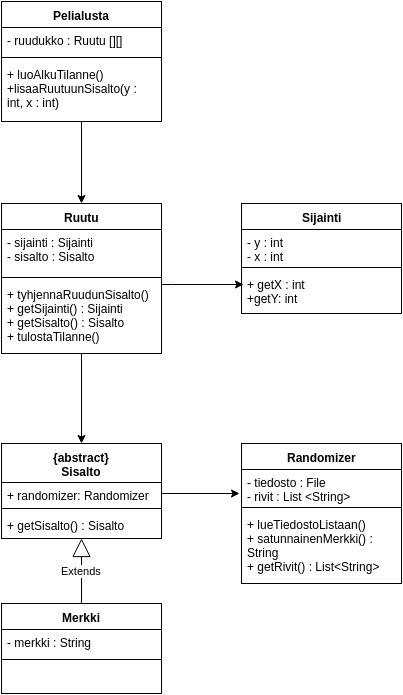
This is dokumentaatio/Luokkakaavio.png from BikkuMyy/Sanaruutu, a draw.io export, as it was before one commit. Source tidied: cells renumbered, new cells last; positions are measured from the earlier drawing's top-left corner, leaving out a move shared by most shapes.
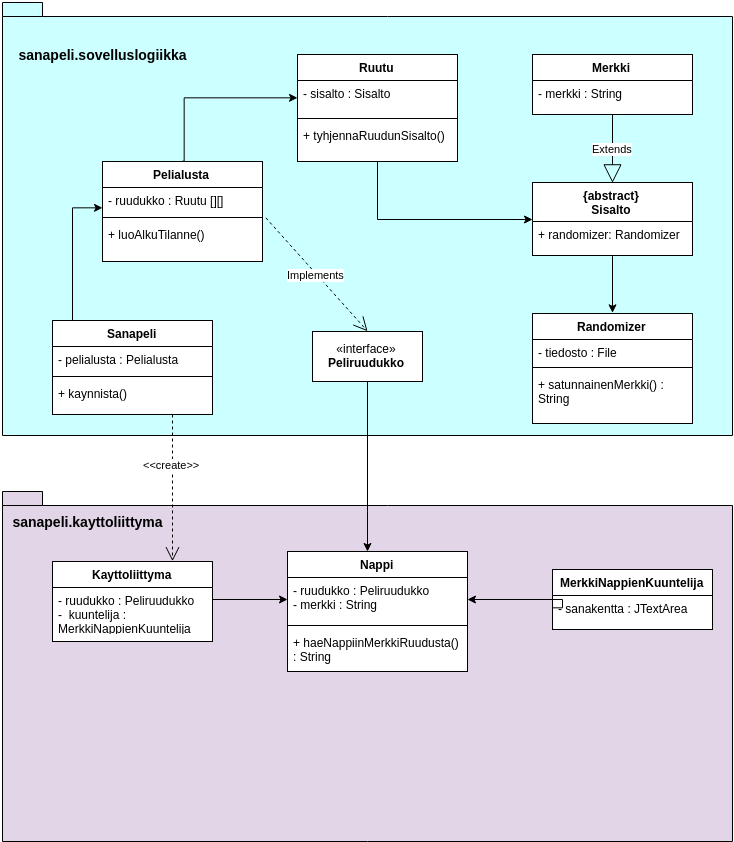
After the commit.

Diff of the diagram source:
```diff
@@ -2,11 +2,14 @@
   <root>
     <mxCell id="0" />
     <mxCell id="1" parent="0" />
-    <mxCell id="2" style="edgeStyle=orthogonalEdgeStyle;rounded=0;html=1;jettySize=auto;" parent="1" edge="1" source="3" target="8">
-      <mxGeometry relative="1" as="geometry" />
-    </mxCell>
+    <mxCell id="30" style="shape=folder;fontStyle=1;spacingTop=10;tabWidth=40;tabHeight=14;tabPosition=left;html=1;fillColor=#E1D5E7;" parent="1" vertex="1">
+      <mxGeometry x="-290" y="522" width="730" height="350" as="geometry" />
+    </mxCell>
+    <mxCell id="31" style="shape=folder;fontStyle=1;spacingTop=10;tabWidth=40;tabHeight=14;tabPosition=left;html=1;fillColor=#CCFFFF;" parent="1" vertex="1">
+      <mxGeometry x="-290" y="33" width="730" height="433" as="geometry" />
+    </mxCell>
     <mxCell id="3" value="Pelialusta" style="swimlane;html=1;fontStyle=1;align=center;verticalAlign=top;horizontal=1;startSize=26;swimlaneFillColor=#ffffff;" parent="1" vertex="1">
-      <mxGeometry width="160" height="120" as="geometry" />
+      <mxGeometry x="-190" y="192" width="160" height="100" as="geometry" />
     </mxCell>
     <mxCell id="4" value="- ruudukko : Ruutu [][]" style="text;html=1;strokeColor=none;fillColor=none;align=left;verticalAlign=top;spacingLeft=4;spacingRight=4;whiteSpace=wrap;overflow=hidden;" parent="3" vertex="1">
       <mxGeometry y="26" width="160" height="26" as="geometry" />
@@ -14,82 +17,167 @@
     <mxCell id="5" style="line;html=1;strokeWidth=1;fillColor=none;align=left;verticalAlign=middle;spacingTop=-1;spacingLeft=3;spacingRight=3;labelPosition=right;" parent="3" vertex="1">
       <mxGeometry y="52" width="160" height="8" as="geometry" />
     </mxCell>
-    <mxCell id="6" value="+ luoAlkuTilanne()&lt;div&gt;+lisaaRuutuunSisalto(y : int, x : int)&amp;nbsp;&lt;/div&gt;" style="text;html=1;strokeColor=none;fillColor=none;align=left;verticalAlign=top;spacingLeft=4;spacingRight=4;whiteSpace=wrap;overflow=hidden;points=[[0,0.5],[1,0.5]];portConstraint=eastwest;" parent="3" vertex="1">
-      <mxGeometry y="60" width="160" height="60" as="geometry" />
+    <mxCell id="6" value="+ luoAlkuTilanne()&lt;span style=&quot;line-height: 1.2&quot;&gt;&amp;nbsp;&lt;/span&gt;" style="text;html=1;strokeColor=none;fillColor=none;align=left;verticalAlign=top;spacingLeft=4;spacingRight=4;whiteSpace=wrap;overflow=hidden;points=[[0,0.5],[1,0.5]];portConstraint=eastwest;" parent="3" vertex="1">
+      <mxGeometry y="60" width="160" height="30" as="geometry" />
     </mxCell>
-    <mxCell id="7" style="edgeStyle=orthogonalEdgeStyle;rounded=0;html=1;entryX=0.5;entryY=0;jettySize=auto;" parent="1" edge="1" source="8" target="17">
-      <mxGeometry relative="1" as="geometry" />
-    </mxCell>
+    <mxCell id="32" style="edgeStyle=orthogonalEdgeStyle;rounded=0;html=1;entryX=-0.005;entryY=-0.098;jettySize=auto;entryPerimeter=0;" parent="1" edge="1" source="8" target="18">
+      <mxGeometry relative="1" as="geometry">
+        <Array as="points">
+          <mxPoint x="85" y="250" />
+        </Array>
+      </mxGeometry>
+    </mxCell>
     <mxCell id="8" value="Ruutu" style="swimlane;html=1;fontStyle=1;align=center;verticalAlign=top;horizontal=1;startSize=26;swimlaneFillColor=#ffffff;" parent="1" vertex="1">
-      <mxGeometry y="202" width="160" height="150" as="geometry" />
+      <mxGeometry x="5" y="85" width="160" height="107" as="geometry" />
     </mxCell>
-    <mxCell id="9" value="- sijainti : Sijainti&lt;div&gt;- sisalto : Sisalto&lt;/div&gt;" style="text;html=1;strokeColor=none;fillColor=none;align=left;verticalAlign=top;spacingLeft=4;spacingRight=4;whiteSpace=wrap;overflow=hidden;points=[[0,0.5],[1,0.5]];portConstraint=eastwest;" parent="8" vertex="1">
-      <mxGeometry y="26" width="160" height="44" as="geometry" />
+    <mxCell id="9" value="&lt;div&gt;- sisalto : Sisalto&lt;/div&gt;" style="text;html=1;strokeColor=none;fillColor=none;align=left;verticalAlign=top;spacingLeft=4;spacingRight=4;whiteSpace=wrap;overflow=hidden;points=[[0,0.5],[1,0.5]];portConstraint=eastwest;" parent="8" vertex="1">
+      <mxGeometry y="26" width="160" height="34" as="geometry" />
     </mxCell>
     <mxCell id="10" style="line;html=1;strokeWidth=1;fillColor=none;align=left;verticalAlign=middle;spacingTop=-1;spacingLeft=3;spacingRight=3;labelPosition=right;" parent="8" vertex="1">
-      <mxGeometry y="70" width="160" height="8" as="geometry" />
+      <mxGeometry y="60" width="160" height="8" as="geometry" />
     </mxCell>
-    <mxCell id="11" value="+ tyhjennaRuudunSisalto()&lt;div&gt;+ getSijainti() : Sijainti&lt;/div&gt;&lt;div&gt;+ getSisalto() : Sisalto&lt;/div&gt;&lt;div&gt;+ tulostaTilanne()&lt;/div&gt;" style="text;html=1;strokeColor=none;fillColor=none;align=left;verticalAlign=top;spacingLeft=4;spacingRight=4;whiteSpace=wrap;overflow=hidden;points=[[0,0.5],[1,0.5]];portConstraint=eastwest;" parent="8" vertex="1">
-      <mxGeometry y="78" width="160" height="72" as="geometry" />
+    <mxCell id="11" value="+ tyhjennaRuudunSisalto()&lt;div&gt;&lt;br&gt;&lt;/div&gt;" style="text;html=1;strokeColor=none;fillColor=none;align=left;verticalAlign=top;spacingLeft=4;spacingRight=4;whiteSpace=wrap;overflow=hidden;points=[[0,0.5],[1,0.5]];portConstraint=eastwest;" parent="8" vertex="1">
+      <mxGeometry y="68" width="160" height="32" as="geometry" />
     </mxCell>
-    <mxCell id="12" value="Sijainti" style="swimlane;html=1;fontStyle=1;align=center;verticalAlign=top;horizontal=1;startSize=26;swimlaneFillColor=#ffffff;" parent="1" vertex="1">
-      <mxGeometry x="240" y="202" width="160" height="110" as="geometry" />
-    </mxCell>
-    <mxCell id="13" value="- y : int&lt;div&gt;- x : int&lt;br&gt;&lt;div&gt;&lt;br&gt;&lt;/div&gt;&lt;/div&gt;" style="text;html=1;strokeColor=none;fillColor=none;align=left;verticalAlign=top;spacingLeft=4;spacingRight=4;whiteSpace=wrap;overflow=hidden;" parent="12" vertex="1">
-      <mxGeometry y="26" width="160" height="34" as="geometry" />
-    </mxCell>
-    <mxCell id="14" style="line;html=1;strokeWidth=1;fillColor=none;align=left;verticalAlign=middle;spacingTop=-1;spacingLeft=3;spacingRight=3;labelPosition=right;" parent="12" vertex="1">
-      <mxGeometry y="60" width="160" height="8" as="geometry" />
-    </mxCell>
-    <mxCell id="15" value="+ getX : int&lt;div&gt;+getY: int&lt;/div&gt;" style="text;html=1;strokeColor=none;fillColor=none;align=left;verticalAlign=top;spacingLeft=4;spacingRight=4;whiteSpace=wrap;overflow=hidden;points=[[0,0.5],[1,0.5]];portConstraint=eastwest;" parent="12" vertex="1">
-      <mxGeometry y="68" width="160" height="42" as="geometry" />
-    </mxCell>
-    <mxCell id="16" style="edgeStyle=orthogonalEdgeStyle;rounded=0;html=1;entryX=0.013;entryY=0.31;entryPerimeter=0;jettySize=auto;" parent="1" edge="1" source="11" target="15">
-      <mxGeometry relative="1" as="geometry">
-        <Array as="points">
-          <mxPoint x="170" y="283" />
-          <mxPoint x="170" y="283" />
-        </Array>
-      </mxGeometry>
-    </mxCell>
+    <mxCell id="33" style="edgeStyle=orthogonalEdgeStyle;rounded=0;html=1;exitX=0.5;exitY=1;entryX=0.5;entryY=0;jettySize=auto;" parent="1" edge="1" source="17" target="25">
+      <mxGeometry relative="1" as="geometry" />
+    </mxCell>
     <mxCell id="17" value="{abstract}&lt;div&gt;Sisalto&lt;/div&gt;" style="swimlane;html=1;fontStyle=1;align=center;verticalAlign=top;horizontal=1;startSize=39;swimlaneFillColor=#ffffff;" parent="1" vertex="1">
-      <mxGeometry y="442" width="160" height="95" as="geometry" />
+      <mxGeometry x="240" y="213" width="160" height="73" as="geometry" />
     </mxCell>
     <mxCell id="18" value="+ randomizer: Randomizer" style="text;html=1;strokeColor=none;fillColor=none;align=left;verticalAlign=top;spacingLeft=4;spacingRight=4;whiteSpace=wrap;overflow=hidden;points=[[0,0.5],[1,0.5]];portConstraint=eastwest;" parent="17" vertex="1">
       <mxGeometry y="39" width="160" height="22" as="geometry" />
     </mxCell>
-    <mxCell id="19" style="line;html=1;strokeWidth=1;fillColor=none;align=left;verticalAlign=middle;spacingTop=-1;spacingLeft=3;spacingRight=3;labelPosition=right;" parent="17" vertex="1">
-      <mxGeometry y="61" width="160" height="8" as="geometry" />
-    </mxCell>
-    <mxCell id="20" value="+ getSisalto() : Sisalto" style="text;html=1;strokeColor=none;fillColor=none;align=left;verticalAlign=top;spacingLeft=4;spacingRight=4;whiteSpace=wrap;overflow=hidden;points=[[0,0.5],[1,0.5]];portConstraint=eastwest;" parent="17" vertex="1">
-      <mxGeometry y="69" width="160" height="26" as="geometry" />
-    </mxCell>
     <mxCell id="21" value="Merkki" style="swimlane;html=1;fontStyle=1;align=center;verticalAlign=top;horizontal=1;startSize=26;swimlaneFillColor=#ffffff;" parent="1" vertex="1">
-      <mxGeometry y="602" width="160" height="90" as="geometry" />
+      <mxGeometry x="240" y="85" width="160" height="60" as="geometry" />
     </mxCell>
     <mxCell id="22" value="- merkki : String" style="text;html=1;strokeColor=none;fillColor=none;align=left;verticalAlign=top;spacingLeft=4;spacingRight=4;whiteSpace=wrap;overflow=hidden;points=[[0,0.5],[1,0.5]];portConstraint=eastwest;" parent="21" vertex="1">
-      <mxGeometry y="26" width="160" height="26" as="geometry" />
+      <mxGeometry y="26" width="160" height="34" as="geometry" />
     </mxCell>
-    <mxCell id="23" style="line;html=1;strokeWidth=1;fillColor=none;align=left;verticalAlign=middle;spacingTop=-1;spacingLeft=3;spacingRight=3;labelPosition=right;" parent="21" vertex="1">
-      <mxGeometry y="52" width="160" height="8" as="geometry" />
-    </mxCell>
-    <mxCell id="24" value="Extends" style="endArrow=block;endSize=16;endFill=0;html=1;exitX=0.5;exitY=0;" parent="1" edge="1" source="21" target="20">
+    <mxCell id="24" value="Extends" style="endArrow=block;endSize=16;endFill=0;html=1;entryX=0.5;entryY=0;" parent="1" edge="1" source="22" target="17">
       <mxGeometry relative="1" as="geometry" />
     </mxCell>
     <mxCell id="25" value="Randomizer" style="swimlane;html=1;fontStyle=1;align=center;verticalAlign=top;horizontal=1;startSize=26;swimlaneFillColor=#ffffff;" parent="1" vertex="1">
-      <mxGeometry x="240" y="442" width="160" height="140" as="geometry" />
+      <mxGeometry x="240" y="344" width="160" height="110" as="geometry" />
     </mxCell>
-    <mxCell id="26" value="- tiedosto : File&lt;div&gt;- rivit : List &amp;lt;String&amp;gt;&lt;/div&gt;" style="text;html=1;strokeColor=none;fillColor=none;align=left;verticalAlign=top;spacingLeft=4;spacingRight=4;whiteSpace=wrap;overflow=hidden;points=[[0,0.5],[1,0.5]];portConstraint=eastwest;" parent="25" vertex="1">
-      <mxGeometry y="26" width="160" height="34" as="geometry" />
+    <mxCell id="26" value="- tiedosto : File" style="text;html=1;strokeColor=none;fillColor=none;align=left;verticalAlign=top;spacingLeft=4;spacingRight=4;whiteSpace=wrap;overflow=hidden;points=[[0,0.5],[1,0.5]];portConstraint=eastwest;" parent="25" vertex="1">
+      <mxGeometry y="26" width="160" height="24" as="geometry" />
     </mxCell>
     <mxCell id="27" style="line;html=1;strokeWidth=1;fillColor=none;align=left;verticalAlign=middle;spacingTop=-1;spacingLeft=3;spacingRight=3;labelPosition=right;" parent="25" vertex="1">
-      <mxGeometry y="60" width="160" height="8" as="geometry" />
+      <mxGeometry y="50" width="160" height="8" as="geometry" />
     </mxCell>
-    <mxCell id="28" value="+ lueTiedostoListaan()&lt;div&gt;+ satunnainenMerkki() : String&lt;/div&gt;&lt;div&gt;+ getRivit() : List&amp;lt;String&amp;gt;&lt;/div&gt;&lt;div&gt;&lt;br&gt;&lt;/div&gt;" style="text;html=1;strokeColor=none;fillColor=none;align=left;verticalAlign=top;spacingLeft=4;spacingRight=4;whiteSpace=wrap;overflow=hidden;" parent="25" vertex="1">
-      <mxGeometry y="68" width="160" height="62" as="geometry" />
+    <mxCell id="28" value="&lt;div&gt;+ satunnainenMerkki() : String&lt;/div&gt;" style="text;html=1;strokeColor=none;fillColor=none;align=left;verticalAlign=top;spacingLeft=4;spacingRight=4;whiteSpace=wrap;overflow=hidden;" parent="25" vertex="1">
+      <mxGeometry y="58" width="160" height="52" as="geometry" />
     </mxCell>
-    <mxCell id="29" style="edgeStyle=orthogonalEdgeStyle;rounded=0;html=1;entryX=-0.012;entryY=0.706;entryPerimeter=0;jettySize=auto;" parent="1" edge="1" source="18" target="26">
-      <mxGeometry relative="1" as="geometry" />
-    </mxCell>
+    <mxCell id="34" style="edgeStyle=orthogonalEdgeStyle;rounded=0;html=1;jettySize=auto;exitX=0.25;exitY=0;" parent="1" edge="1" source="35">
+      <mxGeometry relative="1" as="geometry">
+        <mxPoint x="-190" y="238" as="targetPoint" />
+        <Array as="points">
+          <mxPoint x="-220" y="351" />
+          <mxPoint x="-220" y="238" />
+        </Array>
+      </mxGeometry>
+    </mxCell>
+    <mxCell id="35" value="Sanapeli" style="swimlane;html=1;fontStyle=1;align=center;verticalAlign=top;horizontal=1;startSize=26;swimlaneFillColor=#ffffff;" parent="1" vertex="1">
+      <mxGeometry x="-240" y="351" width="160" height="94" as="geometry" />
+    </mxCell>
+    <mxCell id="36" value="- pelialusta : Pelialusta" style="text;html=1;strokeColor=none;fillColor=none;align=left;verticalAlign=top;spacingLeft=4;spacingRight=4;whiteSpace=wrap;overflow=hidden;" parent="35" vertex="1">
+      <mxGeometry y="26" width="160" height="26" as="geometry" />
+    </mxCell>
+    <mxCell id="23" style="line;html=1;strokeWidth=1;fillColor=none;align=left;verticalAlign=middle;spacingTop=-1;spacingLeft=3;spacingRight=3;labelPosition=right;" parent="35" vertex="1">
+      <mxGeometry y="52" width="160" height="8" as="geometry" />
+    </mxCell>
+    <mxCell id="37" value="+ kaynnista()" style="text;html=1;strokeColor=none;fillColor=none;align=left;verticalAlign=top;spacingLeft=4;spacingRight=4;whiteSpace=wrap;overflow=hidden;" parent="35" vertex="1">
+      <mxGeometry y="60" width="160" height="20" as="geometry" />
+    </mxCell>
+    <mxCell id="38" style="edgeStyle=orthogonalEdgeStyle;rounded=0;html=1;jettySize=auto;entryX=0;entryY=0.5;" parent="1" edge="1" source="39" target="46">
+      <mxGeometry relative="1" as="geometry">
+        <Array as="points">
+          <mxPoint x="-80" y="630" />
+          <mxPoint x="-80" y="630" />
+        </Array>
+      </mxGeometry>
+    </mxCell>
+    <mxCell id="39" value="Kayttoliittyma" style="swimlane;html=1;fontStyle=1;align=center;verticalAlign=top;horizontal=1;startSize=26;swimlaneFillColor=#ffffff;fillColor=#FFFFFF;" parent="1" vertex="1">
+      <mxGeometry x="-240" y="592" width="160" height="80" as="geometry" />
+    </mxCell>
+    <mxCell id="40" value="- ruudukko : Peliruudukko&lt;div&gt;- &amp;nbsp;kuuntelija : MerkkiNappienKuuntelija&lt;/div&gt;&lt;div&gt;&lt;br&gt;&lt;/div&gt;" style="text;html=1;strokeColor=none;fillColor=none;align=left;verticalAlign=top;spacingLeft=4;spacingRight=4;whiteSpace=wrap;overflow=hidden;points=[[0,0.5],[1,0.5]];portConstraint=eastwest;" parent="39" vertex="1">
+      <mxGeometry y="26" width="160" height="44" as="geometry" />
+    </mxCell>
+    <mxCell id="41" style="edgeStyle=orthogonalEdgeStyle;rounded=0;html=1;exitX=0;exitY=0.5;entryX=0;entryY=0.5;jettySize=auto;orthogonalLoop=1;" parent="39" edge="1" source="40" target="40">
+      <mxGeometry relative="1" as="geometry" />
+    </mxCell>
+    <mxCell id="42" style="edgeStyle=orthogonalEdgeStyle;rounded=0;html=1;exitX=0.75;exitY=0;entryX=0.75;entryY=0;jettySize=auto;orthogonalLoop=1;" parent="1" edge="1" source="25" target="25">
+      <mxGeometry relative="1" as="geometry" />
+    </mxCell>
+    <mxCell id="43" style="edgeStyle=orthogonalEdgeStyle;rounded=0;html=1;exitX=0.75;exitY=0;entryX=0.75;entryY=0;jettySize=auto;orthogonalLoop=1;" parent="1" edge="1" source="25" target="25">
+      <mxGeometry relative="1" as="geometry" />
+    </mxCell>
+    <mxCell id="44" style="edgeStyle=orthogonalEdgeStyle;rounded=0;html=1;exitX=0.75;exitY=0;entryX=0.75;entryY=0;jettySize=auto;orthogonalLoop=1;" parent="1" edge="1" source="21" target="21">
+      <mxGeometry relative="1" as="geometry" />
+    </mxCell>
+    <mxCell id="45" value="Nappi" style="swimlane;html=1;fontStyle=1;align=center;verticalAlign=top;horizontal=1;startSize=26;swimlaneFillColor=#ffffff;fillColor=#FFFFFF;" parent="1" vertex="1">
+      <mxGeometry x="-5" y="582" width="180" height="120" as="geometry" />
+    </mxCell>
+    <mxCell id="46" value="- ruudukko : Peliruudukko&lt;div&gt;- merkki : String&lt;/div&gt;" style="text;html=1;strokeColor=none;fillColor=none;align=left;verticalAlign=top;spacingLeft=4;spacingRight=4;whiteSpace=wrap;overflow=hidden;points=[[0,0.5],[1,0.5]];portConstraint=eastwest;" parent="45" vertex="1">
+      <mxGeometry y="26" width="180" height="44" as="geometry" />
+    </mxCell>
+    <mxCell id="47" style="line;html=1;strokeWidth=1;fillColor=none;align=left;verticalAlign=middle;spacingTop=-1;spacingLeft=3;spacingRight=3;labelPosition=right;" parent="45" vertex="1">
+      <mxGeometry y="70" width="180" height="8" as="geometry" />
+    </mxCell>
+    <mxCell id="48" value="+ haeNappiinMerkkiRuudusta() : String" style="text;html=1;strokeColor=none;fillColor=none;align=left;verticalAlign=top;spacingLeft=4;spacingRight=4;whiteSpace=wrap;overflow=hidden;" parent="45" vertex="1">
+      <mxGeometry y="78" width="180" height="42" as="geometry" />
+    </mxCell>
+    <mxCell id="49" style="edgeStyle=orthogonalEdgeStyle;rounded=0;html=1;exitX=0.75;exitY=0;entryX=0.75;entryY=0;jettySize=auto;orthogonalLoop=1;" parent="1" edge="1" source="3" target="3">
+      <mxGeometry relative="1" as="geometry" />
+    </mxCell>
+    <mxCell id="50" style="edgeStyle=orthogonalEdgeStyle;rounded=0;html=1;exitX=0.5;exitY=1;jettySize=auto;" parent="1" edge="1" source="51" target="45">
+      <mxGeometry relative="1" as="geometry">
+        <Array as="points">
+          <mxPoint x="75" y="542" />
+          <mxPoint x="75" y="542" />
+        </Array>
+      </mxGeometry>
+    </mxCell>
+    <mxCell id="51" value="«interface»&lt;br&gt;&lt;b&gt;Peliruudukko&lt;/b&gt;" style="html=1;fillColor=#FFFFFF;" parent="1" vertex="1">
+      <mxGeometry x="20" y="362" width="110" height="50" as="geometry" />
+    </mxCell>
+    <mxCell id="52" style="edgeStyle=orthogonalEdgeStyle;rounded=0;html=1;entryX=0;entryY=0.5;jettySize=auto;exitX=0.5;exitY=0;" parent="1" edge="1" source="3" target="9">
+      <mxGeometry relative="1" as="geometry">
+        <Array as="points">
+          <mxPoint x="-109" y="128" />
+        </Array>
+      </mxGeometry>
+    </mxCell>
+    <mxCell id="53" style="text;html=1;align=center;verticalAlign=middle;labelBackgroundColor=#ffffff;fillColor=#CCFFFF;" parent="52" vertex="1">
+      <mxGeometry x="0.75" y="3" relative="1" as="geometry">
+        <mxPoint x="6" y="-3" as="offset" />
+      </mxGeometry>
+    </mxCell>
+    <mxCell id="54" value="Implements" style="endArrow=open;endSize=12;dashed=1;html=1;exitX=1.017;exitY=-0.138;entryX=0.5;entryY=0;exitPerimeter=0;" parent="1" edge="1" source="6" target="51">
+      <mxGeometry relative="1" as="geometry" />
+    </mxCell>
+    <mxCell id="55" value="&amp;lt;&amp;lt;create&amp;gt;&amp;gt;" style="endArrow=open;endSize=12;dashed=1;html=1;entryX=0.75;entryY=0;exitX=0.75;exitY=1;" parent="1" edge="1" source="35" target="39">
+      <mxGeometry x="-0.32" relative="1" as="geometry" />
+    </mxCell>
+    <mxCell id="56" value="MerkkiNappienKuuntelija" style="swimlane;html=1;fontStyle=1;align=center;verticalAlign=top;horizontal=1;startSize=26;swimlaneFillColor=#ffffff;fillColor=#FFFFFF;" parent="1" vertex="1">
+      <mxGeometry x="260" y="600" width="160" height="60" as="geometry" />
+    </mxCell>
+    <mxCell id="57" value="- sanakentta : JTextArea" style="text;html=1;strokeColor=none;fillColor=none;align=left;verticalAlign=top;spacingLeft=4;spacingRight=4;whiteSpace=wrap;overflow=hidden;points=[[0,0.5],[1,0.5]];portConstraint=eastwest;" parent="56" vertex="1">
+      <mxGeometry y="26" width="160" height="26" as="geometry" />
+    </mxCell>
+    <mxCell id="58" style="edgeStyle=orthogonalEdgeStyle;rounded=0;html=1;exitX=0;exitY=0.5;entryX=1;entryY=0.5;jettySize=auto;" parent="1" edge="1" source="57" target="46">
+      <mxGeometry relative="1" as="geometry">
+        <Array as="points">
+          <mxPoint x="270" y="630" />
+        </Array>
+      </mxGeometry>
+    </mxCell>
+    <mxCell id="59" value="&lt;font style=&quot;font-size: 14px&quot;&gt;&lt;b&gt;sanapeli.sovelluslogiikka&lt;/b&gt;&lt;/font&gt;" style="text;html=1;strokeColor=none;fillColor=none;align=center;verticalAlign=middle;whiteSpace=wrap;" parent="1" vertex="1">
+      <mxGeometry x="-255" y="75" width="130" height="20" as="geometry" />
+    </mxCell>
+    <mxCell id="60" value="&lt;font style=&quot;font-size: 14px&quot;&gt;&lt;b&gt;sanapeli.kayttoliittyma&lt;/b&gt;&lt;/font&gt;" style="text;html=1;strokeColor=none;fillColor=none;align=center;verticalAlign=middle;whiteSpace=wrap;" parent="1" vertex="1">
+      <mxGeometry x="-280" y="542" width="150" height="20" as="geometry" />
+    </mxCell>
   </root>
 </mxGraphModel>
```
